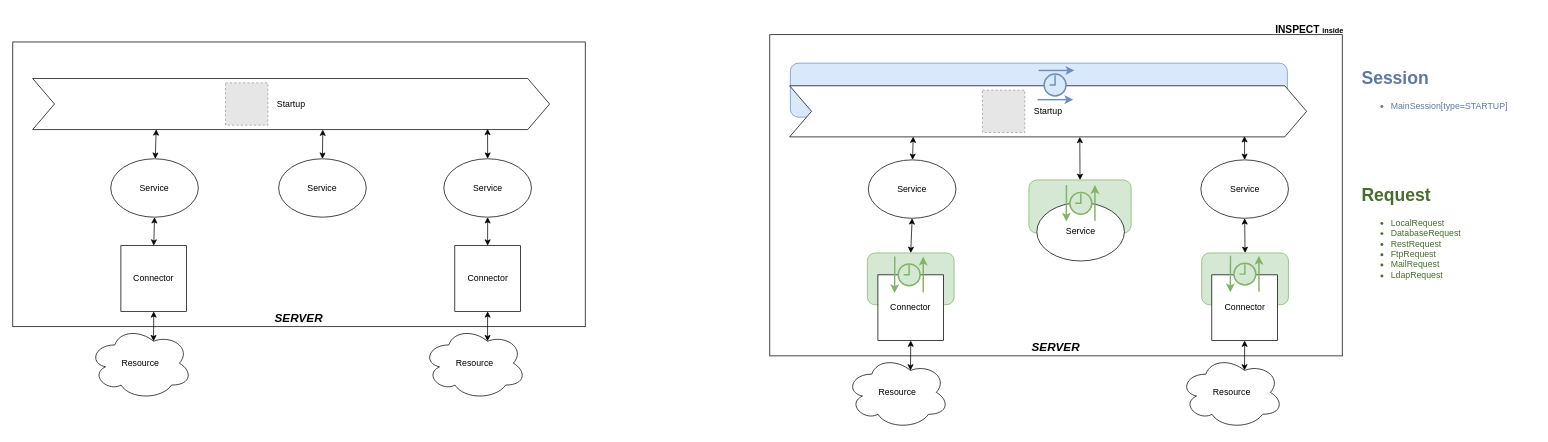
Before: page "collector-3" (3 of 5) of doc/diagram/Diagramme sans nom.drawio in oneteme/inspect-core, a draw.io diagram. Source tidied: cells renumbered, new cells numbered last; positions are measured from the earlier drawing's top-left corner, leaving out a move shared by most shapes. Both pictures are drawn from the tidied source at 73%, with x=0, y=0 at pixel (12, 12). Pictures stored in the file or linked from it are replaced by grey dashed boxes.
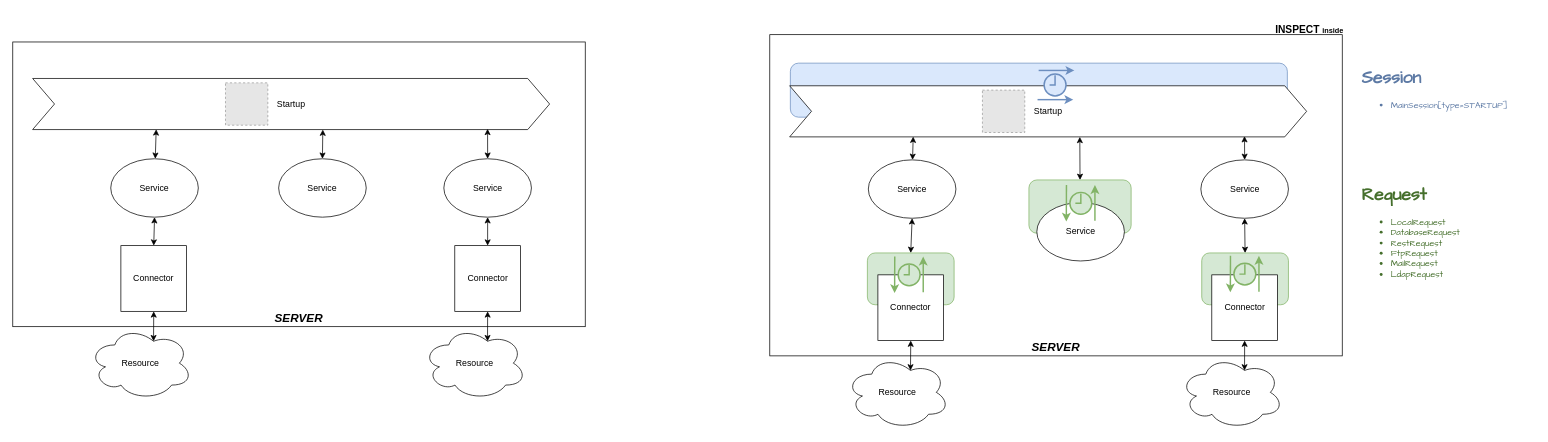
The same diagram, later.

What changed in the source:
```diff
@@
-    <mxCell id="45" value="&lt;h1 style=&quot;margin-top: 0px;&quot;&gt;Session&lt;/h1&gt;&lt;p&gt;&lt;/p&gt;&lt;ul&gt;&lt;li&gt;&lt;span style=&quot;background-color: initial;&quot;&gt;MainSession[type=STARTUP]&lt;/span&gt;&lt;/li&gt;&lt;/ul&gt;&lt;p&gt;&lt;/p&gt;" style="text;html=1;whiteSpace=wrap;overflow=hidden;rounded=0;fontColor=#5c79a4;" parent="1" vertex="1">
+    <mxCell id="45" value="&lt;h1 style=&quot;margin-top: 0px;&quot;&gt;Session&lt;/h1&gt;&lt;p&gt;&lt;/p&gt;&lt;ul&gt;&lt;li&gt;&lt;span style=&quot;background-color: initial;&quot;&gt;MainSession[type=STARTUP]&lt;/span&gt;&lt;/li&gt;&lt;/ul&gt;&lt;p&gt;&lt;/p&gt;" style="text;html=1;whiteSpace=wrap;overflow=hidden;rounded=0;fontColor=#5c79a4;fontFamily=Architects Daughter;" parent="1" vertex="1">
       <mxGeometry x="1846" y="69" width="240" height="120" as="geometry" />
     </mxCell>
-    <mxCell id="46" value="&lt;h1 style=&quot;margin-top: 0px;&quot;&gt;Request&lt;/h1&gt;&lt;div&gt;&lt;ul&gt;&lt;li&gt;LocalRequest&lt;/li&gt;&lt;li&gt;DatabaseRequest&lt;/li&gt;&lt;li&gt;RestRequest&lt;/li&gt;&lt;li&gt;FtpRequest&lt;/li&gt;&lt;li&gt;MailRequest&lt;/li&gt;&lt;li&gt;LdapRequest&lt;/li&gt;&lt;/ul&gt;&lt;/div&gt;&lt;div&gt;&lt;br&gt;&lt;/div&gt;" style="text;html=1;whiteSpace=wrap;overflow=hidden;rounded=0;fontColor=#456F2C;" parent="1" vertex="1">
+    <mxCell id="46" value="&lt;h1 style=&quot;margin-top: 0px;&quot;&gt;Request&lt;/h1&gt;&lt;div&gt;&lt;ul&gt;&lt;li&gt;LocalRequest&lt;/li&gt;&lt;li&gt;DatabaseRequest&lt;/li&gt;&lt;li&gt;RestRequest&lt;/li&gt;&lt;li&gt;FtpRequest&lt;/li&gt;&lt;li&gt;MailRequest&lt;/li&gt;&lt;li&gt;LdapRequest&lt;/li&gt;&lt;/ul&gt;&lt;/div&gt;&lt;div&gt;&lt;br&gt;&lt;/div&gt;" style="text;html=1;whiteSpace=wrap;overflow=hidden;rounded=0;fontColor=#456F2C;fontFamily=Architects Daughter;" parent="1" vertex="1">
       <mxGeometry x="1846" y="229" width="200" height="164" as="geometry" />
     </mxCell>
```
